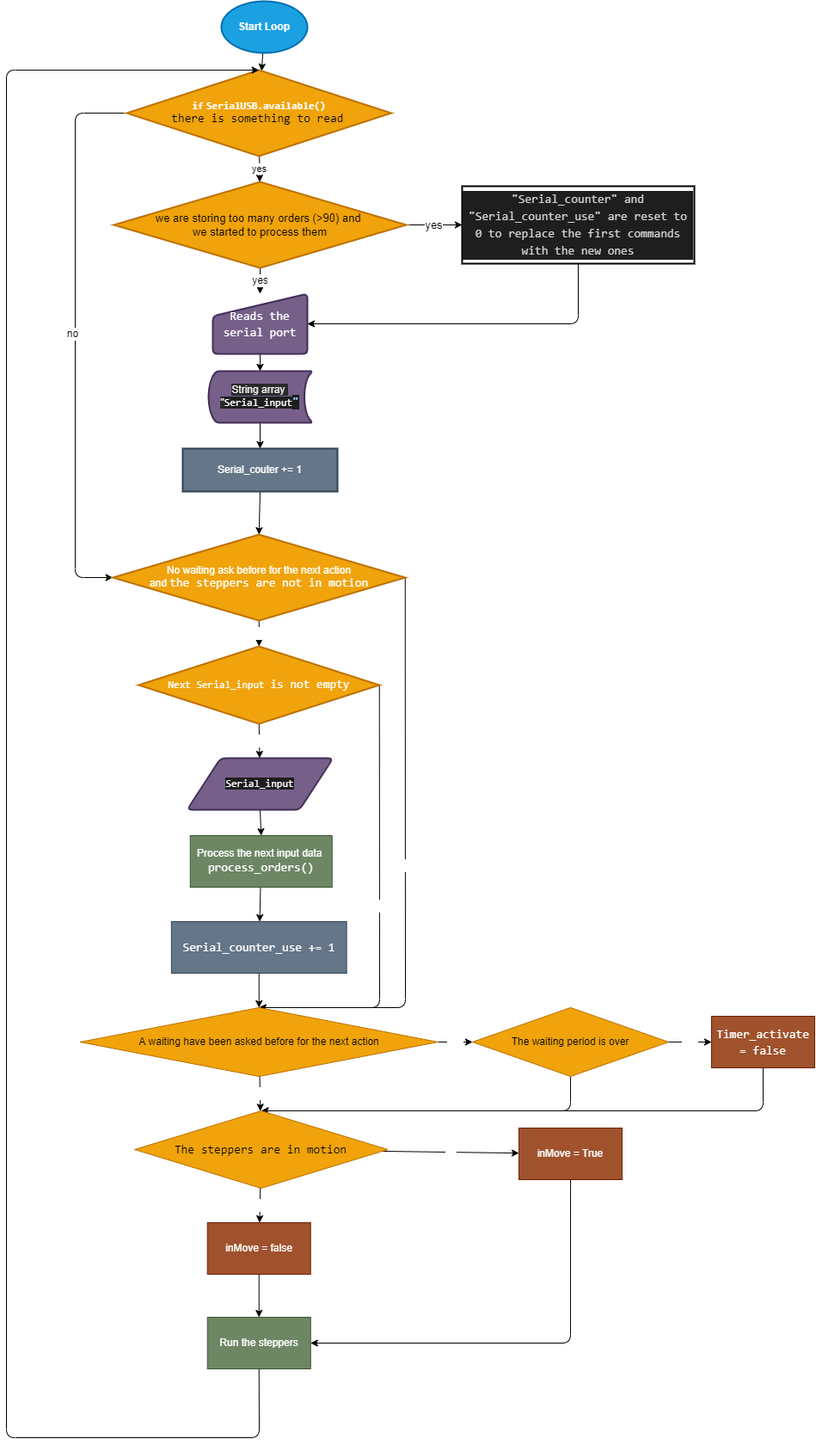
Above: Flow charts/main_loop.png in Thibault-GILLARD/Blue_Robot_2022 (draw.io), before the change. Source tidied: cells renumbered, new cells last; positions are measured from the earlier drawing's top-left corner, leaving out a move shared by most shapes.
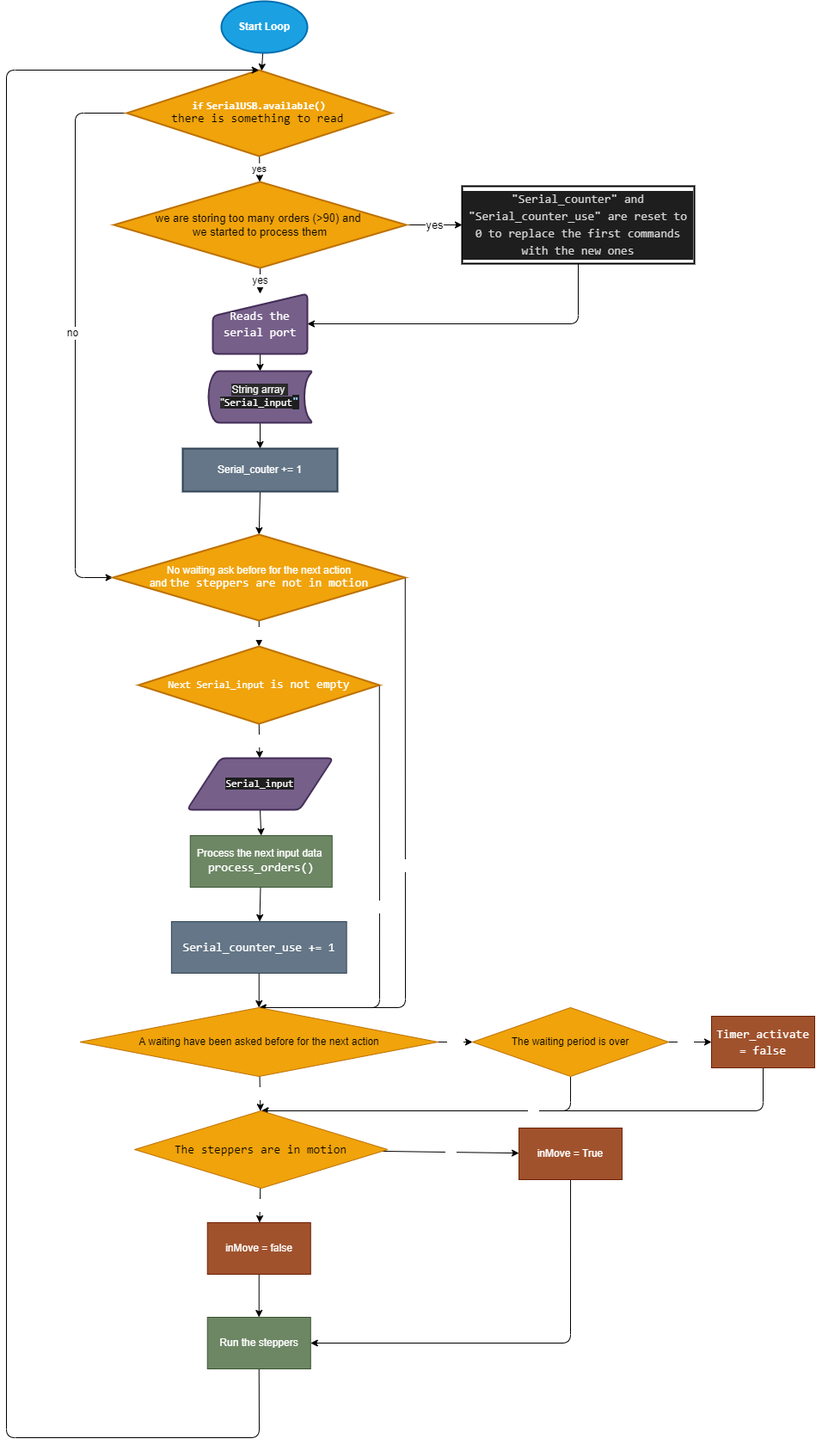
Later version of the same file.

The edit, as a diff of the source:
```diff
@@ -116,9 +116,9 @@
       <mxGeometry x="85.6" y="1170" width="416.3" height="80" as="geometry" />
     </mxCell>
     <mxCell id="34" value="yes" style="edgeStyle=none;html=1;fontSize=12;fontColor=#FFFFFF;" parent="1" edge="1" source="36" target="38">
-      <mxGeometry relative="1" as="geometry" />
+      <mxGeometry x="-0.2" relative="1" as="geometry" />
     </mxCell>
-    <mxCell id="35" style="edgeStyle=none;html=1;exitX=0.5;exitY=1;exitDx=0;exitDy=0;entryX=0.5;entryY=0;entryDx=0;entryDy=0;fontSize=12;fontColor=#FFFFFF;" parent="1" edge="1" source="36" target="41">
+    <mxCell id="35" value="no" style="edgeStyle=none;html=1;exitX=0.5;exitY=1;exitDx=0;exitDy=0;entryX=0.5;entryY=0;entryDx=0;entryDy=0;fontSize=12;fontColor=#FFFFFF;" parent="1" edge="1" source="36" target="41">
       <mxGeometry relative="1" as="geometry">
         <Array as="points">
           <mxPoint x="656" y="1290" />
@@ -128,7 +128,7 @@
     <mxCell id="36" value="The waiting period is over" style="rhombus;whiteSpace=wrap;html=1;fontColor=#000000;rounded=0;shadow=0;labelBackgroundColor=none;fillColor=#f0a30a;strokeColor=#BD7000;" parent="1" vertex="1">
       <mxGeometry x="542" y="1170" width="228.1" height="80" as="geometry" />
     </mxCell>
-    <mxCell id="37" style="edgeStyle=none;html=1;exitX=0.5;exitY=1;exitDx=0;exitDy=0;fontSize=12;fontColor=#FFFFFF;entryX=0.5;entryY=0;entryDx=0;entryDy=0;" parent="1" edge="1" source="38" target="41">
+    <mxCell id="37" value="no" style="edgeStyle=none;html=1;exitX=0.5;exitY=1;exitDx=0;exitDy=0;fontSize=12;fontColor=#FFFFFF;entryX=0.5;entryY=0;entryDx=0;entryDy=0;" parent="1" edge="1" source="38" target="41">
       <mxGeometry relative="1" as="geometry">
         <Array as="points">
           <mxPoint x="880" y="1290" />
```
